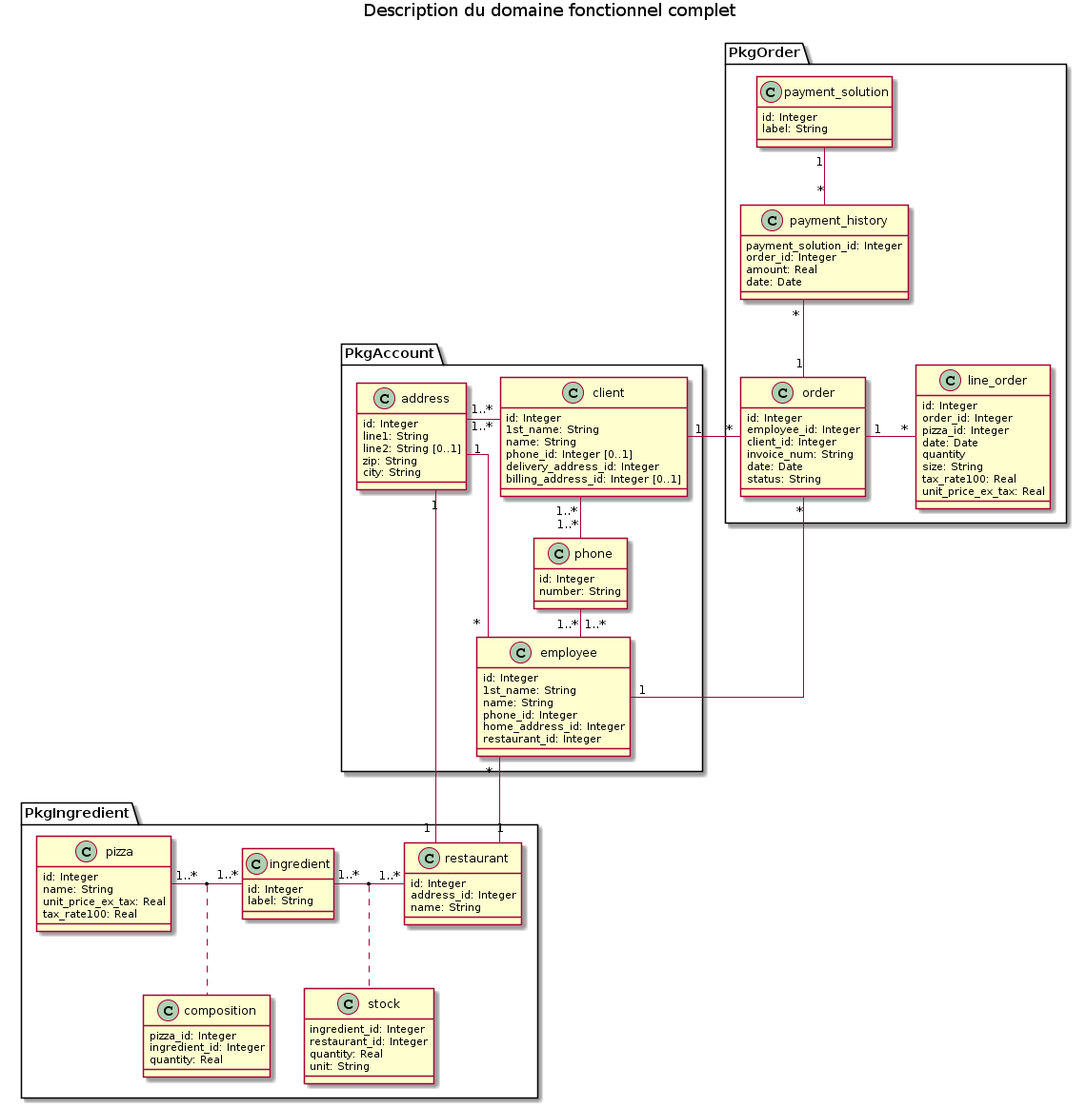
freezed/ocp6 keeps this PlantUML diagram as functional_model.png. Above is the earlier version.
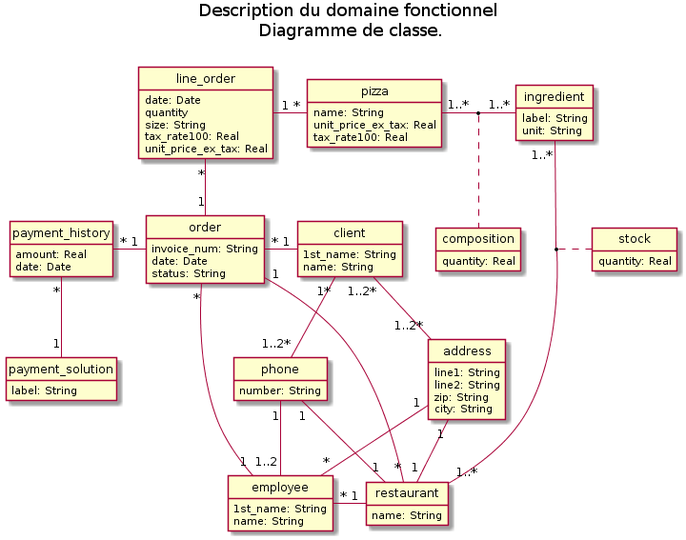
The same diagram one commit later.

Commit message:
Updates functionnal diagrams

Diff of the diagram source:
```diff
@@ -1,118 +1,70 @@
 @startuml
-title Description du domaine fonctionnel complet
+title Description du domaine fonctionnel\n Diagramme de classe.\n
 
-skinparam linetype ortho
+hide empty methods
+hide circle
 
+class address
+class client
+class composition
+class employee
+class ingredient
+class line_order
+class order
+class payment_history
+class payment_solution
+class phone
+class pizza
+class restaurant
+class stock
 
-
-package PkgOrder {
-    class line_order
-    class order
-    class payment_history
-    class payment_solution
-
-    line_order "*" -left- "1" order : "    "
-    order "1" -up- "*" payment_history
-    payment_solution "1" -down- "*" payment_history
-}
-
-package PkgIngredient {
-    class composition
-    class ingredient
-    class pizza
-    class restaurant
-    class stock
-
-    ingredient "1..*" - "1..*" restaurant
-    (ingredient, restaurant) .. stock
-
-    pizza "1..*" - "1..*" ingredient
-    (pizza, ingredient) .. composition
-}
-
-package PkgAccount {
-    class address
-    class client
-    class employee
-    class phone
-
-    client "1..*" - "1..*" phone
-    client "1..*" -left- "1..*" address
-    address "1" -down- "*" employee
-    phone "1..*" -right- "1..*" employee
-}
-
+address "1" -- "1" restaurant
+address "1" -- "*" employee
+client "1*" - "1..2*" phone
+client "1..2*" -- "1..2*" address
+employee "1" - "*" order
+employee "*" -right- "1" restaurant
+ingredient "1..*" -- "1..*" restaurant
+(ingredient, restaurant) .. stock
+line_order "*" -- "1" order
+line_order "1" - "*" pizza
+order "*" - "1" client
+order "1" - "*" restaurant
+order "1" -left- "*" payment_history
+payment_solution "1" -up- "*" payment_history
+phone "1" -- "1..2" employee
+phone "1" -- "1" restaurant
+pizza "1..*" - "1..*" ingredient
+(pizza, ingredient) .. composition
 
 
 class address {
-    id: Integer
     line1: String
-    line2: String [0..1]
+    line2: String
     zip: String
     city: String
 }
 
 class client {
-    id: Integer
     1st_name: String
     name: String
-    phone_id: Integer [0..1]
-    delivery_address_id: Integer
-    billing_address_id: Integer [0..1]
+}
+
+class composition {
+    quantity: Real
 }
 
 class employee {
-    id: Integer
     1st_name: String
     name: String
-    phone_id: Integer
-    home_address_id: Integer
-    restaurant_id: Integer
-}
-
-class phone {
-    id: Integer
-    number: String
-}
-
-
-
-class composition {
-    pizza_id: Integer
-    ingredient_id: Integer
-    quantity: Real
 }
 
 class ingredient {
-    id: Integer
     label: String
-}
-
-class pizza {
-    id: Integer
-    name: String
-    unit_price_ex_tax: Real
-    tax_rate100: Real
-}
-
-class restaurant {
-    id: Integer
-    address_id: Integer
-    name: String
-}
-
-class stock {
-    ingredient_id: Integer
-    restaurant_id: Integer
-    quantity: Real
     unit: String
 }
 
-
 class line_order {
-    id: Integer
-    order_id: Integer
-    pizza_id: Integer
     date: Date
     quantity
     size: String
@@ -121,28 +73,35 @@
 }
 
 class order {
-    id: Integer
-    employee_id: Integer
-    client_id: Integer
     invoice_num: String
     date: Date
     status: String
 }
 
 class payment_history {
-    payment_solution_id: Integer
-    order_id: Integer
     amount: Real
     date: Date
 }
 
 class payment_solution {
-    id: Integer
     label: String
 }
 
-employee "1" - "*" order
-order "*" - "1" client
-address "1" -- "1" restaurant
-employee "*" -- "1" restaurant
+class pizza {
+    name: String
+    unit_price_ex_tax: Real
+    tax_rate100: Real
+}
+
+class phone {
+    number: String
+}
+
+class restaurant {
+    name: String
+}
+
+class stock {
+    quantity: Real
+}
 @enduml
```
